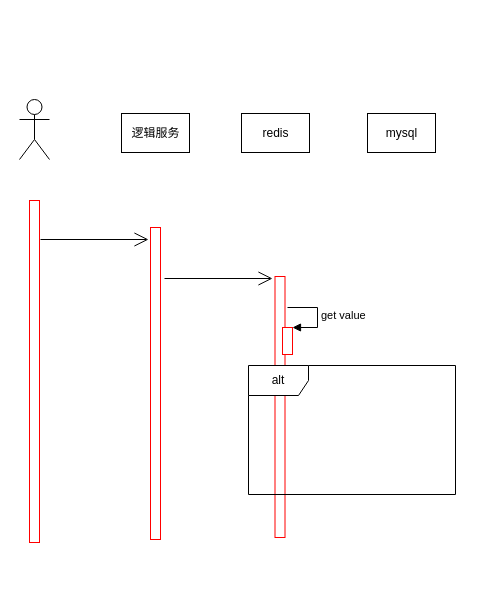
Before: test.drawio in timingxu/new, a draw.io diagram. Source tidied: cells renumbered, new cells numbered last; positions are measured from the earlier drawing's top-left corner, leaving out a move shared by most shapes. Both pictures are drawn from the tidied source at 100%, with x=0, y=0 at pixel (19, 99).
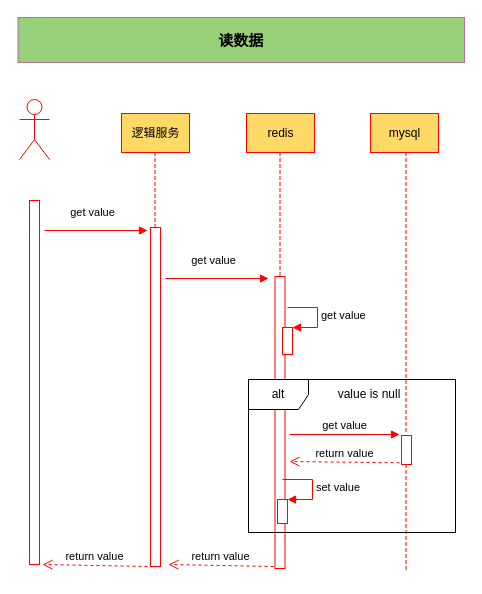
After the change.

Unchanged cells that the change refers to:
```xml
<mxCell id="11" style="html=1;points=[];perimeter=orthogonalPerimeter;shadow=0;strokeColor=#FF0000;" parent="1" vertex="1">
  <mxGeometry x="263" y="228" width="10" height="27" as="geometry" />
</mxCell>
```

Diff of the diagram source:
```diff
@@
-    <mxCell id="2" style="shape=umlActor;verticalLabelPosition=bottom;verticalAlign=top;html=1;" parent="1" vertex="1">
+    <mxCell id="2" style="shape=umlActor;verticalLabelPosition=bottom;verticalAlign=top;html=1;strokeColor=#FF0000;" parent="1" vertex="1">
       <mxGeometry width="30" height="60" as="geometry" />
     </mxCell>
     <mxCell id="3" style="html=1;perimeter=orthogonalPerimeter;strokeColor=#FF0000;shadow=0;" parent="1" vertex="1">
-      <mxGeometry x="10" y="101" width="10" height="342" as="geometry" />
+      <mxGeometry x="10" y="101" width="10" height="364" as="geometry" />
     </mxCell>
     <mxCell id="4" style="html=1;perimeter=orthogonalPerimeter;strokeColor=#FF0000;" parent="1" vertex="1">
-      <mxGeometry x="131" y="128" width="10" height="312" as="geometry" />
+      <mxGeometry x="131" y="128" width="10" height="339" as="geometry" />
     </mxCell>
     <mxCell id="5" style="html=1;perimeter=orthogonalPerimeter;strokeColor=#FF0000;" parent="1" vertex="1">
-      <mxGeometry x="255.5" y="177" width="10" height="261" as="geometry" />
+      <mxGeometry x="255.5" y="177" width="10" height="292" as="geometry" />
     </mxCell>
-    <mxCell id="6" value="逻辑服务" style="html=1;" parent="1" vertex="1">
+    <mxCell id="6" value="逻辑服务" style="html=1;strokeColor=#FF0000;fillColor=#FFD966;" parent="1" vertex="1">
       <mxGeometry x="102" y="14" width="68" height="39" as="geometry" />
     </mxCell>
-    <mxCell id="7" value="redis" style="html=1;" parent="1" vertex="1">
-      <mxGeometry x="222" y="14" width="68" height="39" as="geometry" />
+    <mxCell id="7" value="redis" style="html=1;strokeColor=#FF0000;fillColor=#FFD966;" parent="1" vertex="1">
+      <mxGeometry x="227" y="14" width="68" height="39" as="geometry" />
     </mxCell>
-    <mxCell id="8" value="mysql" style="html=1;" parent="1" vertex="1">
-      <mxGeometry x="348" y="14" width="68" height="39" as="geometry" />
-    </mxCell>
-    <mxCell id="9" style="endArrow=open;endFill=1;endSize=12;html=1;rounded=0;" parent="1" edge="1">
-      <mxGeometry relative="1" as="geometry">
-        <mxPoint x="21" y="140" as="sourcePoint" />
-        <mxPoint x="129" y="140" as="targetPoint" />
-      </mxGeometry>
-    </mxCell>
-    <mxCell id="10" style="endArrow=open;endFill=1;endSize=12;html=1;rounded=0;" parent="1" edge="1">
-      <mxGeometry relative="1" as="geometry">
-        <mxPoint x="145" y="179" as="sourcePoint" />
-        <mxPoint x="253" y="179" as="targetPoint" />
-      </mxGeometry>
-    </mxCell>
@@
-    <mxCell id="12" value="get value" style="edgeStyle=orthogonalEdgeStyle;html=1;align=left;spacingLeft=2;endArrow=block;rounded=0;entryX=1;entryY=0;elbow=vertical;" parent="1" edge="1" target="11">
+    <mxCell id="12" value="get value" style="edgeStyle=orthogonalEdgeStyle;html=1;align=left;spacingLeft=2;endArrow=block;rounded=0;entryX=1;entryY=0;elbow=vertical;strokeColor=#FF0000;" parent="1" edge="1" target="11">
       <mxGeometry relative="1" as="geometry">
         <mxPoint x="268" y="208" as="sourcePoint" />
         <Array as="points">
           <mxPoint x="298" y="208" />
         </Array>
       </mxGeometry>
     </mxCell>
     <mxCell id="13" value="alt" style="shape=umlFrame;whiteSpace=wrap;html=1;shadow=0;strokeColor=#000000;" parent="1" vertex="1">
-      <mxGeometry x="229" y="266" width="207" height="129" as="geometry" />
+      <mxGeometry x="229" y="280" width="207" height="153" as="geometry" />
     </mxCell>
+    <mxCell id="14" value="get value" style="html=1;verticalAlign=bottom;endArrow=block;rounded=0;strokeColor=#FF0000;" parent="1" edge="1">
+      <mxGeometry x="-0.07" y="9" relative="1" as="geometry">
+        <mxPoint x="25" y="131" as="sourcePoint" />
+        <mxPoint x="128" y="131" as="targetPoint" />
+      </mxGeometry>
+    </mxCell>
+    <mxCell id="15" value="get value" style="html=1;verticalAlign=bottom;endArrow=block;rounded=0;strokeColor=#FF0000;" parent="1" edge="1">
+      <mxGeometry x="-0.07" y="9" relative="1" as="geometry">
+        <mxPoint x="146" y="179" as="sourcePoint" />
+        <mxPoint x="249" y="179" as="targetPoint" />
+      </mxGeometry>
+    </mxCell>
+    <mxCell id="16" style="html=1;perimeter=orthogonalPerimeter;strokeColor=#FF0000;" parent="1" vertex="1">
+      <mxGeometry x="382" y="336" width="10" height="29" as="geometry" />
+    </mxCell>
+    <mxCell id="17" value="get value" style="html=1;verticalAlign=bottom;endArrow=block;entryX=0;entryY=0;rounded=0;strokeColor=#FF0000;" parent="1" edge="1">
+      <mxGeometry relative="1" as="geometry">
+        <mxPoint x="270" y="335" as="sourcePoint" />
+        <mxPoint x="380" y="335" as="targetPoint" />
+      </mxGeometry>
+    </mxCell>
+    <mxCell id="18" value="return value" style="html=1;verticalAlign=bottom;endArrow=open;dashed=1;endSize=8;exitX=0;exitY=0.95;rounded=0;strokeColor=#FF0000;" parent="1" edge="1">
+      <mxGeometry relative="1" as="geometry">
+        <mxPoint x="380" y="363.3" as="sourcePoint" />
+        <mxPoint x="270" y="362" as="targetPoint" />
+      </mxGeometry>
+    </mxCell>
+    <mxCell id="19" style="html=1;points=[];perimeter=orthogonalPerimeter;strokeColor=#FF0000;" parent="1" vertex="1">
+      <mxGeometry x="258" y="400" width="10" height="24" as="geometry" />
+    </mxCell>
+    <mxCell id="20" value="set value" style="edgeStyle=orthogonalEdgeStyle;html=1;align=left;spacingLeft=2;endArrow=block;rounded=0;entryX=1;entryY=0;strokeColor=#FF0000;" parent="1" edge="1" target="19">
+      <mxGeometry relative="1" as="geometry">
+        <mxPoint x="263" y="380" as="sourcePoint" />
+        <Array as="points">
+          <mxPoint x="293" y="380" />
+        </Array>
+      </mxGeometry>
+    </mxCell>
+    <mxCell id="21" value="return value" style="html=1;verticalAlign=bottom;endArrow=open;dashed=1;endSize=8;rounded=0;strokeColor=#FF0000;" parent="1" edge="1">
+      <mxGeometry relative="1" as="geometry">
+        <mxPoint x="254" y="467" as="sourcePoint" />
+        <mxPoint x="149" y="465" as="targetPoint" />
+      </mxGeometry>
+    </mxCell>
+    <mxCell id="22" value="value is null" style="text;align=center;fontStyle=0;verticalAlign=middle;spacingLeft=3;spacingRight=3;strokeColor=none;" parent="1" vertex="1">
+      <mxGeometry x="310" y="281" width="80" height="26" as="geometry" />
+    </mxCell>
+    <mxCell id="8" value="mysql" style="html=1;strokeColor=#FF0000;fillColor=#FFD966;" parent="1" vertex="1">
+      <mxGeometry x="351" y="14" width="68" height="39" as="geometry" />
+    </mxCell>
+    <mxCell id="23" style="shape=partialRectangle;fillColor=none;align=left;verticalAlign=middle;strokeColor=none;spacingLeft=34;" parent="1" vertex="1">
+      <mxGeometry x="385.5" y="53" width="3" height="281" as="geometry" />
+    </mxCell>
+    <mxCell id="24" style="shape=partialRectangle;top=0;left=0;bottom=0;fillColor=none;stokeWidth=1;dashed=1;align=left;verticalAlign=middle;spacingLeft=4;spacingRight=4;overflow=hidden;strokeColor=#FF0000;" parent="23" vertex="1">
+      <mxGeometry width="1" height="281" as="geometry" />
+    </mxCell>
+    <mxCell id="25" style="shape=partialRectangle;fillColor=none;align=left;verticalAlign=middle;strokeColor=none;spacingLeft=34;" parent="1" vertex="1">
+      <mxGeometry x="385.5" y="365" width="3" height="108" as="geometry" />
+    </mxCell>
+    <mxCell id="26" style="shape=partialRectangle;top=0;left=0;bottom=0;fillColor=none;stokeWidth=1;dashed=1;align=left;verticalAlign=middle;spacingLeft=4;spacingRight=4;overflow=hidden;strokeColor=#FF0000;" parent="25" vertex="1">
+      <mxGeometry width="1" height="108" as="geometry" />
+    </mxCell>
+    <mxCell id="27" style="shape=partialRectangle;fillColor=none;align=left;verticalAlign=middle;strokeColor=none;spacingLeft=34;" parent="1" vertex="1">
+      <mxGeometry x="259.5" y="53" width="3" height="123" as="geometry" />
+    </mxCell>
+    <mxCell id="28" style="shape=partialRectangle;top=0;left=0;bottom=0;fillColor=none;stokeWidth=1;dashed=1;align=left;verticalAlign=middle;spacingLeft=4;spacingRight=4;overflow=hidden;strokeColor=#FF0000;" parent="27" vertex="1">
+      <mxGeometry width="1" height="123" as="geometry" />
+    </mxCell>
+    <mxCell id="29" style="shape=partialRectangle;fillColor=none;align=left;verticalAlign=middle;strokeColor=none;spacingLeft=34;" parent="1" vertex="1">
+      <mxGeometry x="134.5" y="53" width="3" height="76" as="geometry" />
+    </mxCell>
+    <mxCell id="30" style="shape=partialRectangle;top=0;left=0;bottom=0;fillColor=none;stokeWidth=1;dashed=1;align=left;verticalAlign=middle;spacingLeft=4;spacingRight=4;overflow=hidden;strokeColor=#FF0000;" parent="29" vertex="1">
+      <mxGeometry width="1" height="76" as="geometry" />
+    </mxCell>
+    <mxCell id="31" value="return value" style="html=1;verticalAlign=bottom;endArrow=open;dashed=1;endSize=8;rounded=0;strokeColor=#FF0000;" parent="1" edge="1">
+      <mxGeometry relative="1" as="geometry">
+        <mxPoint x="128" y="467" as="sourcePoint" />
+        <mxPoint x="23" y="465" as="targetPoint" />
+      </mxGeometry>
+    </mxCell>
+    <mxCell id="32" value="读数据" style="text;align=center;fontStyle=1;verticalAlign=middle;spacingLeft=3;spacingRight=3;strokeColor=#B5739D;fillColor=#97D077;fontSize=15;" parent="1" vertex="1">
+      <mxGeometry x="-1.5" y="-82" width="446.5" height="45" as="geometry" />
+    </mxCell>
```
